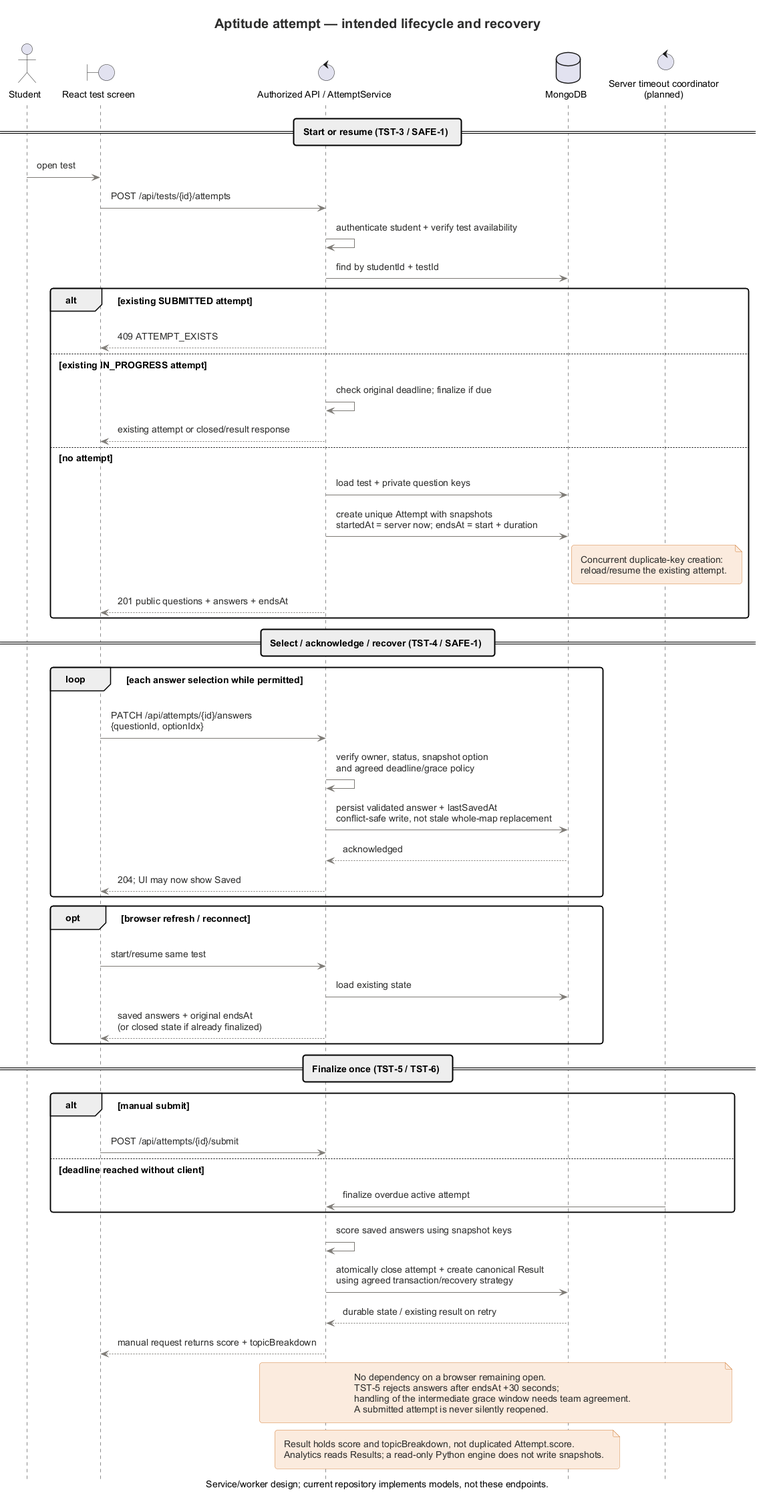
Above: docs/other-docs/diagrams/seq_test_attempt.png in Online-Internship-Placement-Prep-Portal/OIPPP (PlantUML), before the change.
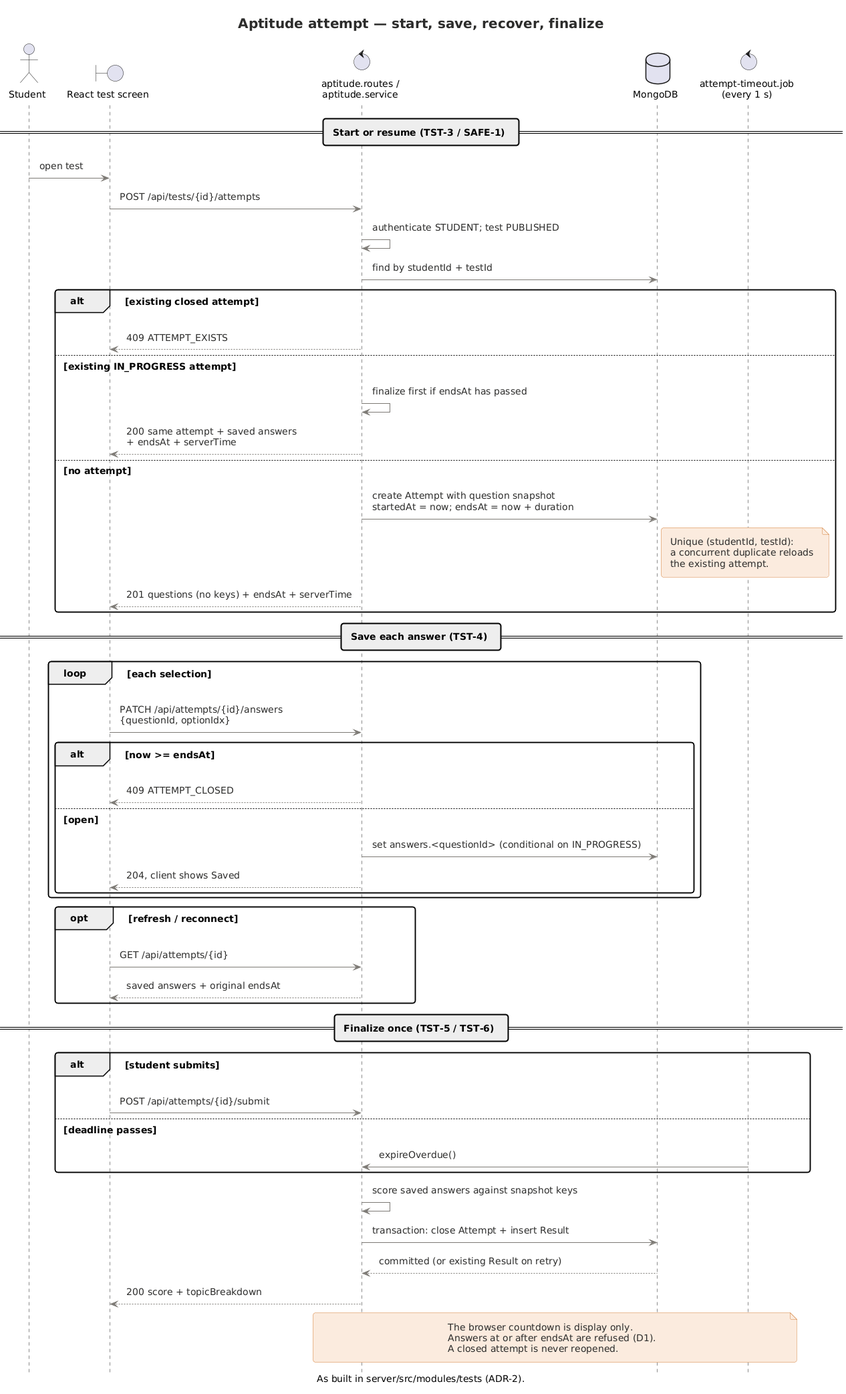
Above is the later version.

The edit, as a diff of the source:
```diff
@@ -1,66 +1,62 @@
 @startuml seq_test_attempt
 !include diagram-style.puml
 hide footbox
-title Aptitude attempt — intended lifecycle and recovery
-caption Service/worker design; current repository implements models, not these endpoints.
+title Aptitude attempt — start, save, recover, finalize
+caption As built in server/src/modules/tests (ADR-2).
 actor Student
 boundary "React test screen" as C
-control "Authorized API / AttemptService" as AS
+control "aptitude.routes /\naptitude.service" as AS
 database "MongoDB" as DB
-control "Server timeout coordinator\n(planned)" as TIMER
+control "attempt-timeout.job\n(every 1 s)" as TIMER
 
 == Start or resume (TST-3 / SAFE-1) ==
 Student -> C : open test
 C -> AS : POST /api/tests/{id}/attempts
-AS -> AS : authenticate student + verify test availability
+AS -> AS : authenticate STUDENT; test PUBLISHED
 AS -> DB : find by studentId + testId
-alt existing SUBMITTED attempt
+alt existing closed attempt
   AS --> C : 409 ATTEMPT_EXISTS
 else existing IN_PROGRESS attempt
-  AS -> AS : check original deadline; finalize if due
-  AS --> C : existing attempt or closed/result response
+  AS -> AS : finalize first if endsAt has passed
+  AS --> C : 200 same attempt + saved answers\n+ endsAt + serverTime
 else no attempt
-  AS -> DB : load test + private question keys
-  AS -> DB : create unique Attempt with snapshots\nstartedAt = server now; endsAt = start + duration
+  AS -> DB : create Attempt with question snapshot\nstartedAt = now; endsAt = now + duration
   note right of DB
-    Concurrent duplicate-key creation:
-    reload/resume the existing attempt.
+    Unique (studentId, testId):
+    a concurrent duplicate reloads
+    the existing attempt.
   end note
-  AS --> C : 201 public questions + answers + endsAt
+  AS --> C : 201 questions (no keys) + endsAt + serverTime
 end
 
-== Select / acknowledge / recover (TST-4 / SAFE-1) ==
-loop each answer selection while permitted
+== Save each answer (TST-4) ==
+loop each selection
   C -> AS : PATCH /api/attempts/{id}/answers\n{questionId, optionIdx}
-  AS -> AS : verify owner, status, snapshot option\nand agreed deadline/grace policy
-  AS -> DB : persist validated answer + lastSavedAt\nconflict-safe write, not stale whole-map replacement
-  DB --> AS : acknowledged
-  AS --> C : 204; UI may now show Saved
+  alt now >= endsAt
+    AS --> C : 409 ATTEMPT_CLOSED
+  else open
+    AS -> DB : set answers.<questionId> (conditional on IN_PROGRESS)
+    AS --> C : 204, client shows Saved
+  end
 end
-opt browser refresh / reconnect
-  C -> AS : start/resume same test
-  AS -> DB : load existing state
-  AS --> C : saved answers + original endsAt\n(or closed state if already finalized)
+opt refresh / reconnect
+  C -> AS : GET /api/attempts/{id}
+  AS --> C : saved answers + original endsAt
 end
 
 == Finalize once (TST-5 / TST-6) ==
-alt manual submit
+alt student submits
   C -> AS : POST /api/attempts/{id}/submit
-else deadline reached without client
-  TIMER -> AS : finalize overdue active attempt
+else deadline passes
+  TIMER -> AS : expireOverdue()
 end
-AS -> AS : score saved answers using snapshot keys
-AS -> DB : atomically close attempt + create canonical Result\nusing agreed transaction/recovery strategy
-DB --> AS : durable state / existing result on retry
-AS --> C : manual request returns score + topicBreakdown
+AS -> AS : score saved answers against snapshot keys
+AS -> DB : transaction: close Attempt + insert Result
+DB --> AS : committed (or existing Result on retry)
+AS --> C : 200 score + topicBreakdown
 note over AS, TIMER
-  No dependency on a browser remaining open.
-  TST-5 rejects answers after endsAt +30 seconds;
-  handling of the intermediate grace window needs team agreement.
-  A submitted attempt is never silently reopened.
-end note
-note over AS, DB
-  Result holds score and topicBreakdown, not duplicated Attempt.score.
-  Analytics reads Results; a read-only Python engine does not write snapshots.
+  The browser countdown is display only.
+  Answers at or after endsAt are refused (D1).
+  A closed attempt is never reopened.
 end note
 @enduml
```
